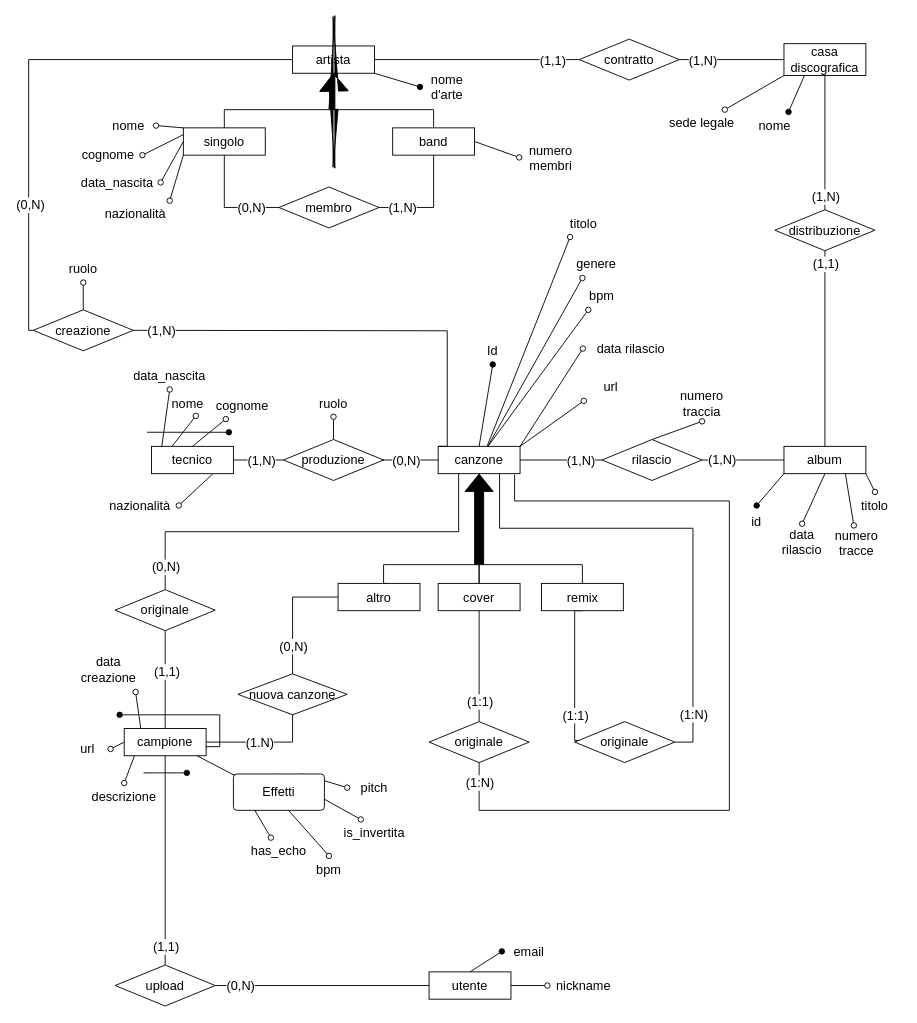
The draw.io diagram diagramma er v2.drawio in Stef4noo/materiale-progetto-basi, before the edit. Source tidied: cells renumbered, new cells numbered last; positions are measured from the earlier drawing's top-left corner, leaving out a move shared by most shapes. Both pictures are drawn from the tidied source at 91%, with x=0, y=0 at pixel (28, 38).
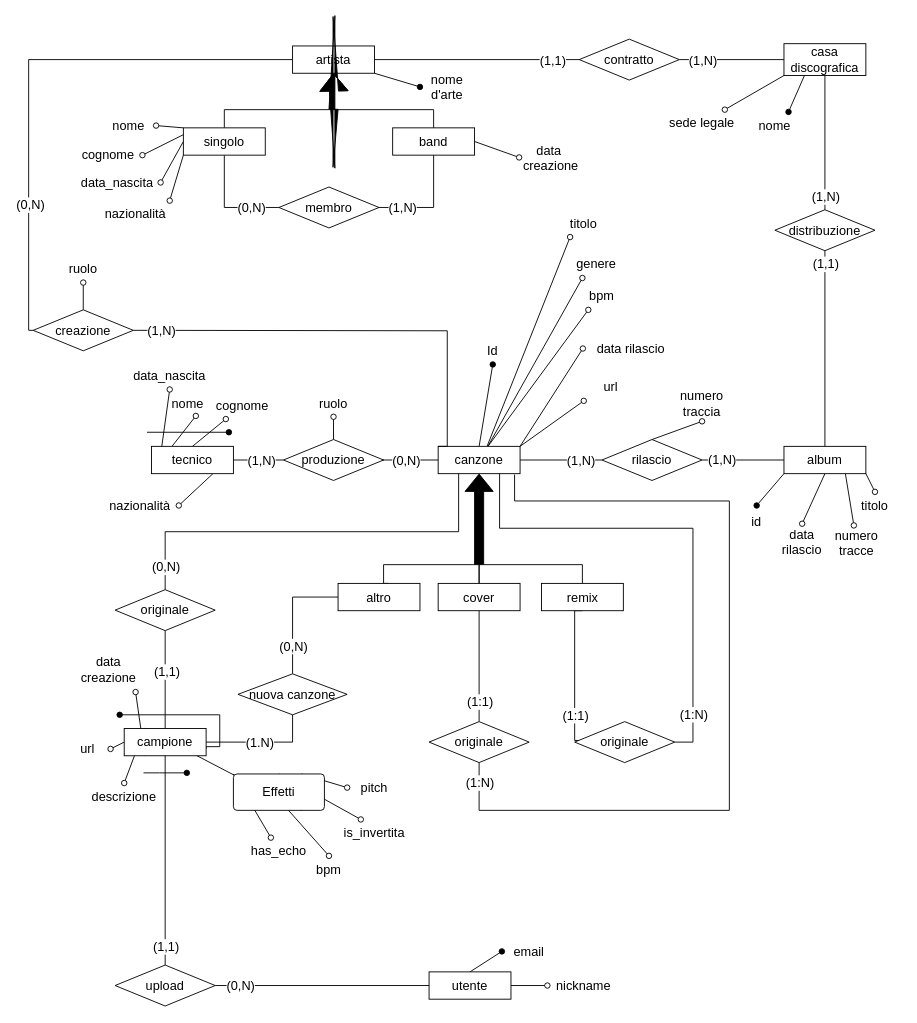
The same page after the edit.

What changed in the source:
```diff
@@
-    <mxCell id="146" value="&lt;div&gt;numero&lt;/div&gt;&lt;div&gt;membri&lt;/div&gt;" style="text;html=1;whiteSpace=wrap;strokeColor=none;fillColor=none;align=center;verticalAlign=middle;rounded=0;fontSize=14;" parent="1" vertex="1">
+    <mxCell id="146" value="&lt;div&gt;data&amp;nbsp;&lt;/div&gt;&lt;div&gt;creazione&lt;/div&gt;" style="text;html=1;whiteSpace=wrap;strokeColor=none;fillColor=none;align=center;verticalAlign=middle;rounded=0;fontSize=14;" parent="1" vertex="1">
       <mxGeometry x="539" y="110.5" width="70" height="40" as="geometry" />
     </mxCell>
```
